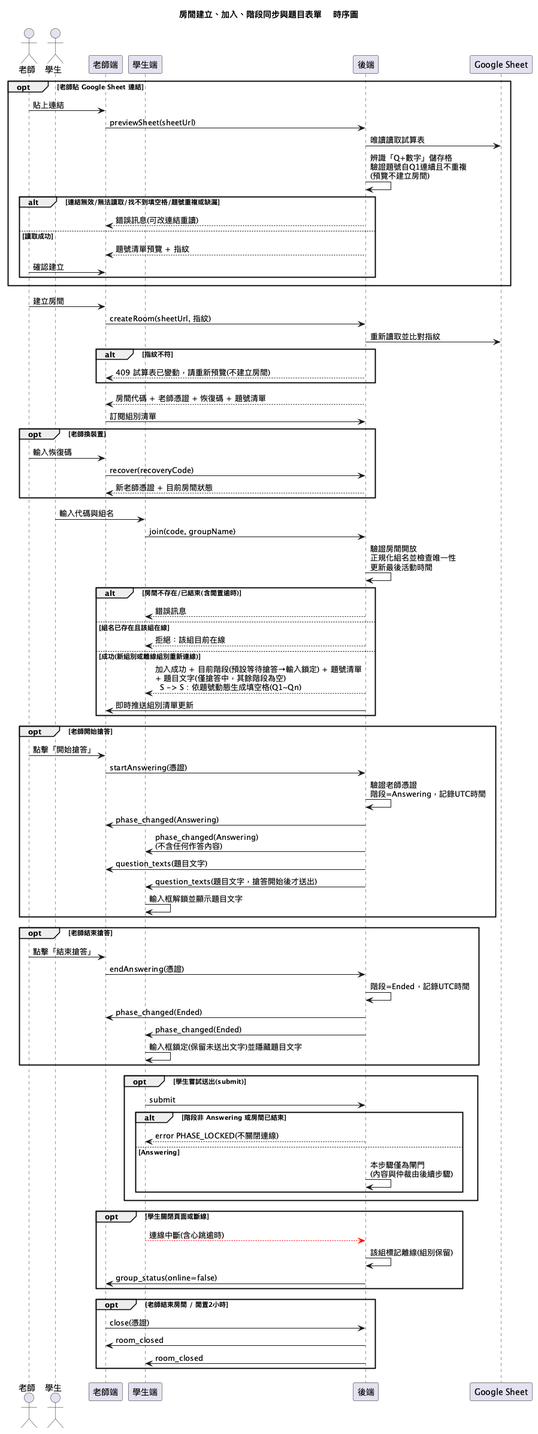
Above: diagrams/sequence.png in lin900822/ncu-se-final (PlantUML), before the change. Source of this version:
```plantuml
@startuml sequence
title 房間建立、加入、階段同步與題目表單 - 時序圖
actor 老師
actor 學生
participant "老師端" as T
participant "學生端" as S
participant "後端" as B
participant "Google Sheet" as G
opt 老師貼 Google Sheet 連結
  老師 -> T : 貼上連結
  T -> B : previewSheet(sheetUrl)
  B -> G : 唯讀讀取試算表
  B -> B : 辨識「Q+數字」儲存格\n驗證題號自Q1連續且不重複\n(預覽不建立房間)
  alt 連結無效/無法讀取/找不到填空格/題號重複或缺漏
    B --> T : 錯誤訊息(可改連結重讀)
  else 讀取成功
    B --> T : 題號清單預覽 + 指紋
    老師 -> T : 確認建立
  end
end
老師 -> T : 建立房間
T -> B : createRoom(sheetUrl, 指紋)
B -> G : 重新讀取並比對指紋
alt 指紋不符
  B --> T : 409 試算表已變動，請重新預覽(不建立房間)
end
B --> T : 房間代碼 + 老師憑證 + 恢復碼 + 題號清單
T -> B : 訂閱組別清單
opt 老師換裝置
  老師 -> T : 輸入恢復碼
  T -> B : recover(recoveryCode)
  B --> T : 新老師憑證 + 目前房間狀態
end
學生 -> S : 輸入代碼與組名
S -> B : join(code, groupName)
B -> B : 驗證房間開放\n正規化組名並檢查唯一性\n更新最後活動時間
alt 房間不存在/已結束(含閒置逾時)
  B --> S : 錯誤訊息
else 組名已存在且該組在線
  B --> S : 拒絕：該組目前在線
else 成功(新組別或離線組別重新連線)
  B --> S : 加入成功 + 目前階段(預設等待搶答→輸入鎖定) + 題號清單\n+ 題目文字(僅搶答中，其餘階段為空)\n  S -> S : 依題號動態生成填空格(Q1~Qn)
  B -> T : 即時推送組別清單更新
end
opt 老師開始搶答
  老師 -> T : 點擊「開始搶答」
  T -> B : startAnswering(憑證)
  B -> B : 驗證老師憑證\n階段=Answering，記錄UTC時間
  B -> T : phase_changed(Answering)
  B -> S : phase_changed(Answering)\n(不含任何作答內容)
  B -> T : question_texts(題目文字)
  B -> S : question_texts(題目文字，搶答開始後才送出)
  S -> S : 輸入框解鎖並顯示題目文字
end
opt 老師結束搶答
  老師 -> T : 點擊「結束搶答」
  T -> B : endAnswering(憑證)
  B -> B : 階段=Ended，記錄UTC時間
  B -> T : phase_changed(Ended)
  B -> S : phase_changed(Ended)
  S -> S : 輸入框鎖定(保留未送出文字)並隱藏題目文字
end
opt 學生嘗試送出(submit)
  S -> B : submit
  alt 階段非 Answering 或房間已結束
    B --> S : error PHASE_LOCKED(不關閉連線)
  else Answering
    B -> B : 本步驟僅為閘門\n(內容與仲裁由後續步驟)
  end
end
opt 學生關閉頁面或斷線
  S -[#red]-> B : 連線中斷(含心跳逾時)
  B -> B : 該組標記離線(組別保留)
  B -> T : group_status(online=false)
end
opt 老師結束房間 / 閒置2小時
  T -> B : close(憑證)
  B -> T : room_closed
  B -> S : room_closed
end
@enduml
```
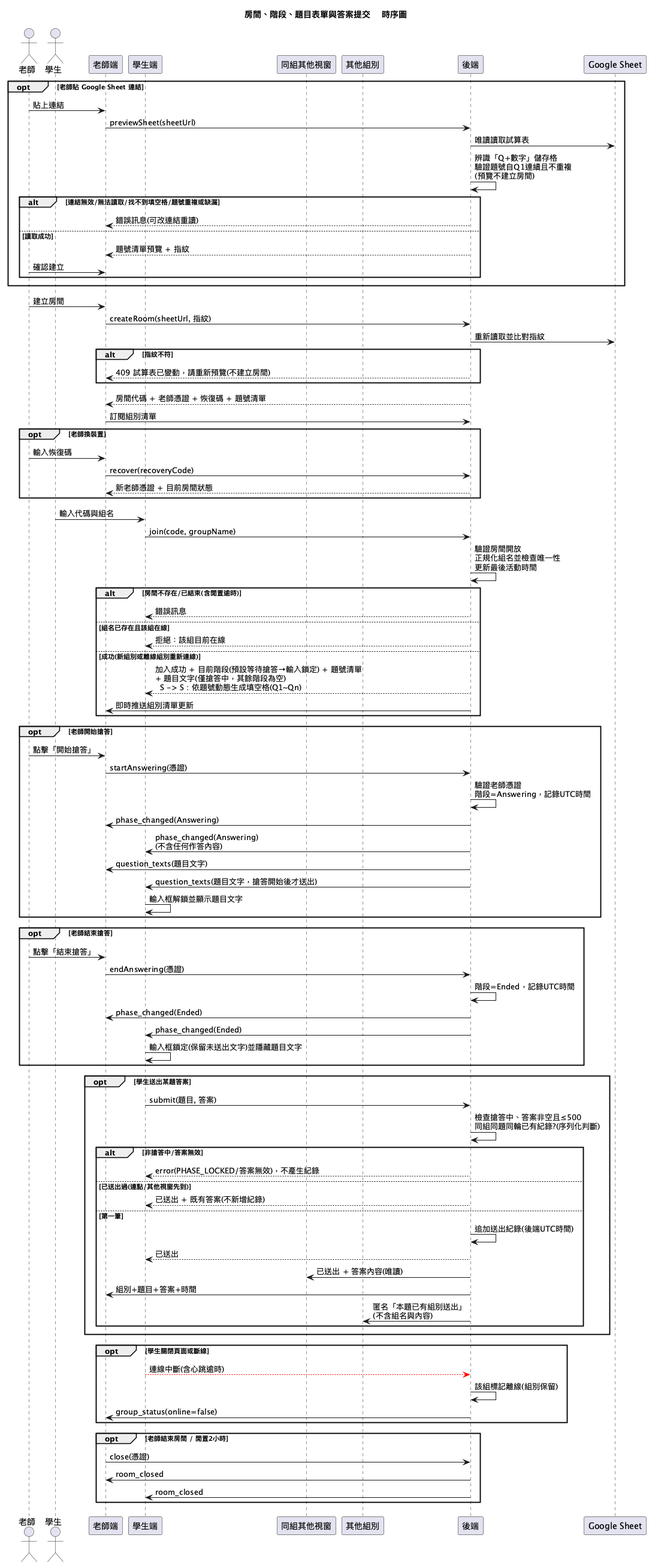
The same file after the commit.

Diff of the diagram source:
```diff
@@ -1,9 +1,11 @@
 @startuml sequence
-title 房間建立、加入、階段同步與題目表單 - 時序圖
+title 房間、階段、題目表單與答案提交 - 時序圖
 actor 老師
 actor 學生
 participant "老師端" as T
 participant "學生端" as S
+participant "同組其他視窗" as S2
+participant "其他組別" as O
 participant "後端" as B
 participant "Google Sheet" as G
 opt 老師貼 Google Sheet 連結
@@ -60,12 +62,19 @@
   B -> S : phase_changed(Ended)
   S -> S : 輸入框鎖定(保留未送出文字)並隱藏題目文字
 end
-opt 學生嘗試送出(submit)
-  S -> B : submit
-  alt 階段非 Answering 或房間已結束
-    B --> S : error PHASE_LOCKED(不關閉連線)
-  else Answering
-    B -> B : 本步驟僅為閘門\n(內容與仲裁由後續步驟)
+opt 學生送出某題答案
+  S -> B : submit(題目, 答案)
+  B -> B : 檢查搶答中、答案非空且≤500\n同組同題同輪已有紀錄?(序列化判斷)
+  alt 非搶答中/答案無效
+    B --> S : error(PHASE_LOCKED/答案無效)，不產生紀錄
+  else 已送出過(連點/其他視窗先到)
+    B --> S : 已送出 + 既有答案(不新增紀錄)
+  else 第一筆
+    B -> B : 追加送出紀錄(後端UTC時間)
+    B --> S : 已送出
+    B -> S2 : 已送出 + 答案內容(唯讀)
+    B -> T : 組別+題目+答案+時間
+    B -> O : 匿名「本題已有組別送出」\n(不含組名與內容)
   end
 end
 opt 學生關閉頁面或斷線
```
